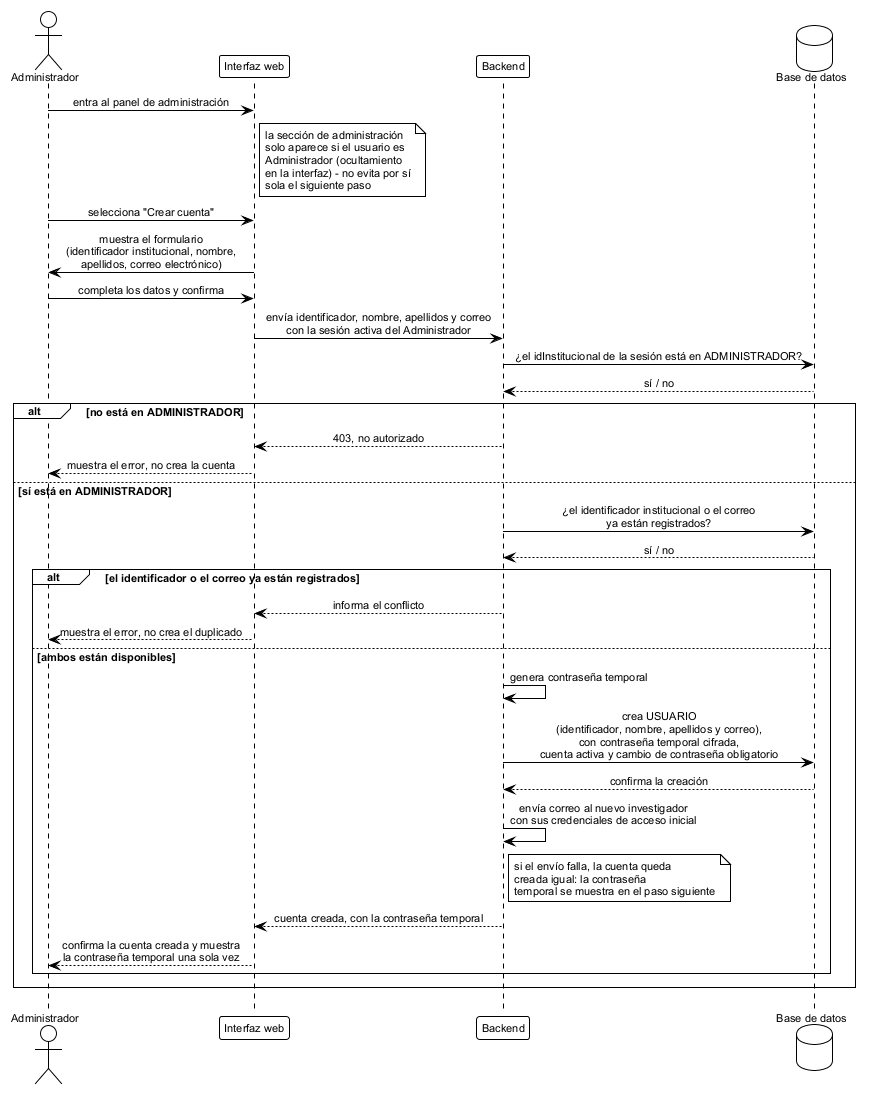
Above: figures/mermaid/seq_crear_cuenta.png in ErickJester/fst-ai-system-latex (PlantUML), before the change.
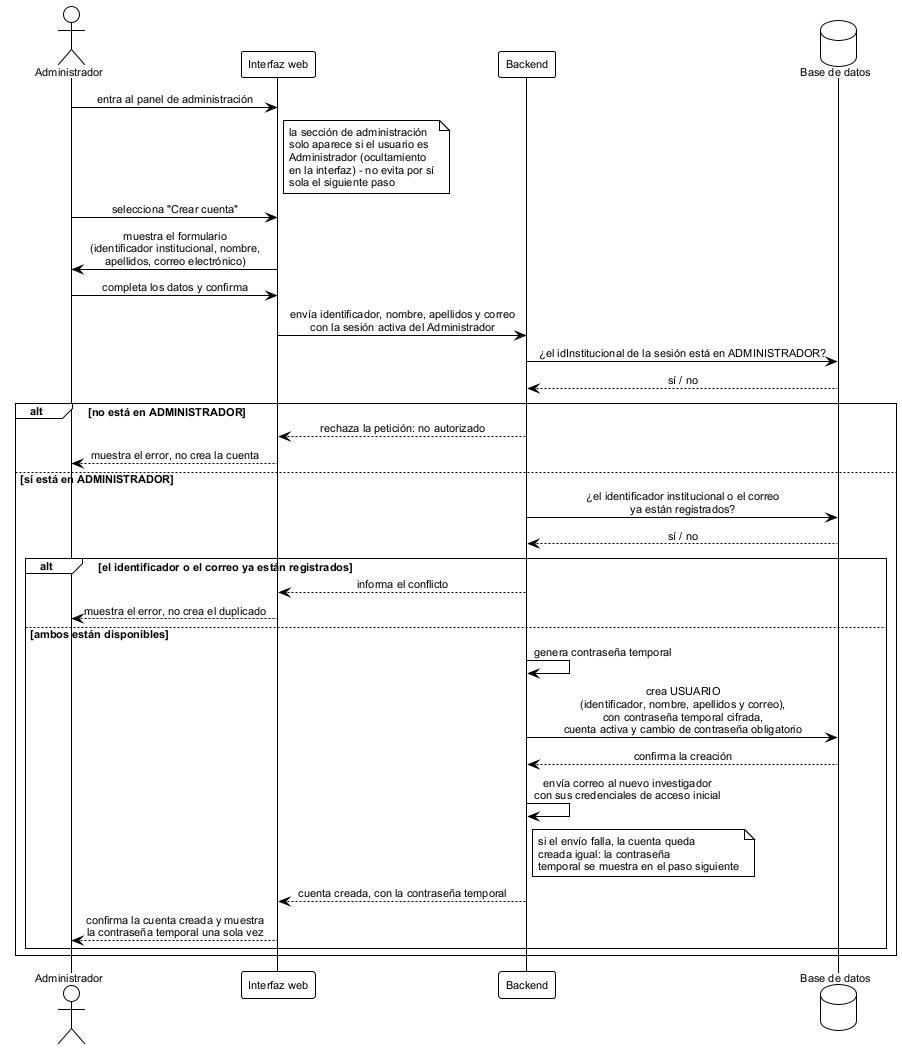
After the commit.

Change to the diagram source:
```diff
@@ -31,7 +31,7 @@
 db --> api: sí / no
 
 alt no está en ADMINISTRADOR
-  api --> ui: 403, no autorizado
+  api --> ui: rechaza la petición: no autorizado
   ui --> admin: muestra el error, no crea la cuenta
 else sí está en ADMINISTRADOR
   api -> db: ¿el identificador institucional o el correo\nya están registrados?
```
